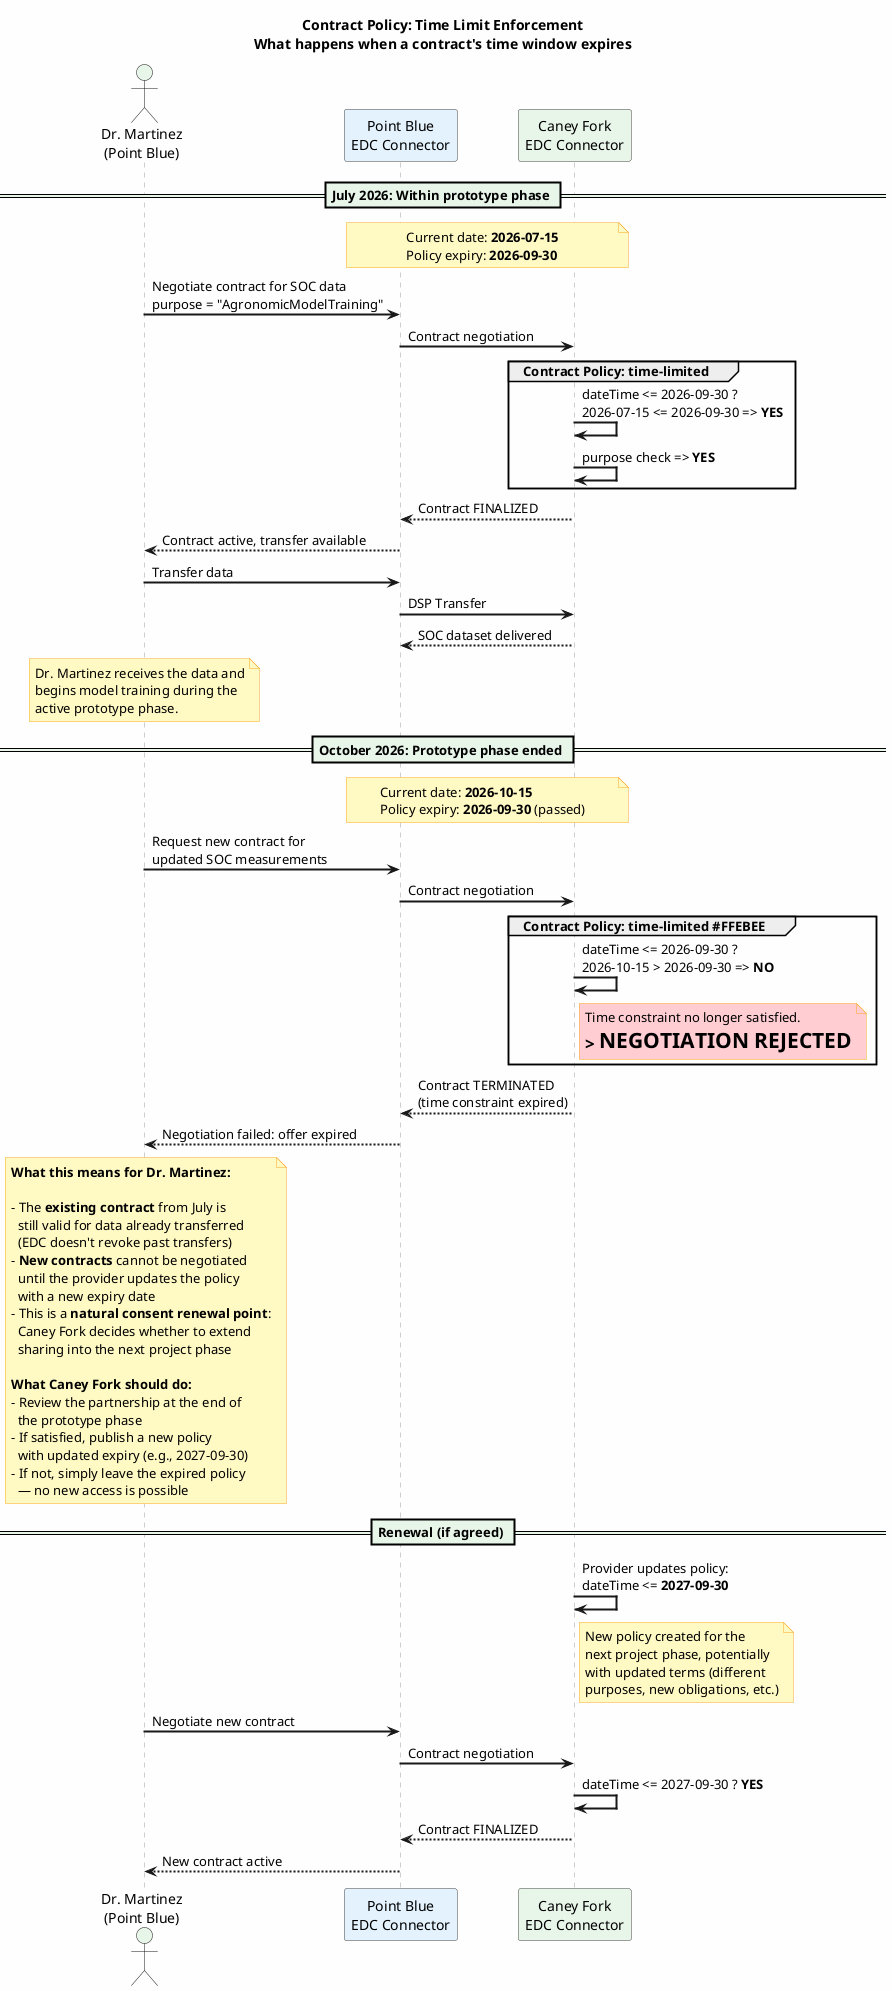
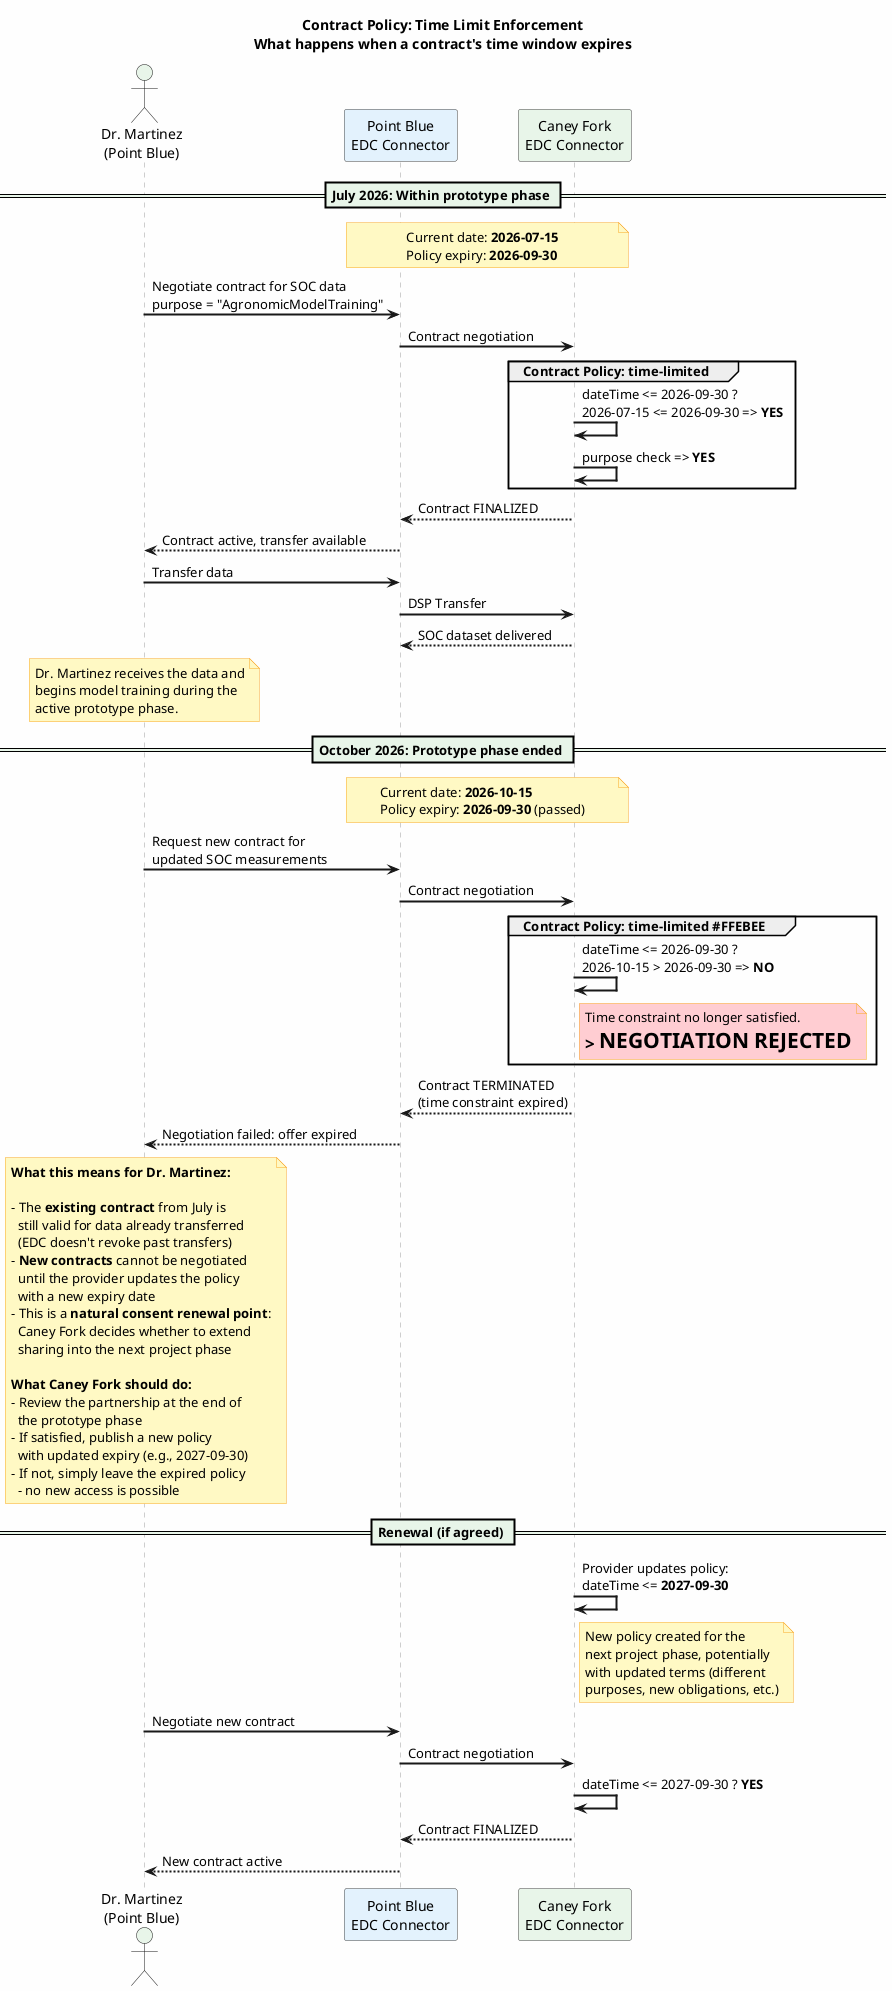
@startuml Time-Limited Policy Expiry
title **Contract Policy: Time Limit Enforcement**\nWhat happens when a contract's time window expires

skinparam backgroundColor #FEFEFE
skinparam sequenceArrowThickness 2
skinparam sequenceParticipantBorderColor #424242
skinparam sequenceLifeLineBorderColor #9E9E9E
skinparam noteBackgroundColor #FFF9C4
skinparam noteBorderColor #F9A825
skinparam sequenceDividerBackgroundColor #E8F5E9

actor "Dr. Martinez\n(Point Blue)" as Researcher #E8F5E9
participant "Point Blue\nEDC Connector" as PB_EDC #E3F2FD
participant "Caney Fork\nEDC Connector" as CF_EDC #E8F5E9

== July 2026: Within prototype phase ==

note over PB_EDC, CF_EDC
  Current date: **2026-07-15**
  Policy expiry: **2026-09-30**
end note

Researcher -> PB_EDC : Negotiate contract for SOC data\npurpose = "AgronomicModelTraining"
PB_EDC -> CF_EDC : Contract negotiation

group Contract Policy: time-limited
  CF_EDC -> CF_EDC : dateTime <= 2026-09-30 ?\n2026-07-15 <= 2026-09-30 => **YES**
  CF_EDC -> CF_EDC : purpose check => **YES**
end

CF_EDC --> PB_EDC : Contract FINALIZED
PB_EDC --> Researcher : Contract active, transfer available

Researcher -> PB_EDC : Transfer data
PB_EDC -> CF_EDC : DSP Transfer
CF_EDC --> PB_EDC : SOC dataset delivered

note over Researcher
  Dr. Martinez receives the data and
  begins model training during the
  active prototype phase.
end note

== October 2026: Prototype phase ended ==

/ note over PB_EDC, CF_EDC
  Current date: **2026-10-15**
  Policy expiry: **2026-09-30** (passed)
end note

Researcher -> PB_EDC : Request new contract for\nupdated SOC measurements
PB_EDC -> CF_EDC : Contract negotiation

group Contract Policy: time-limited #FFEBEE
  CF_EDC -> CF_EDC : dateTime <= 2026-09-30 ?\n2026-10-15 > 2026-09-30 => **NO**
  note right of CF_EDC #FFCDD2
    Time constraint no longer satisfied.
    => **NEGOTIATION REJECTED**
  end note
end

CF_EDC --> PB_EDC : Contract TERMINATED\n(time constraint expired)
PB_EDC --> Researcher : Negotiation failed: offer expired

note over Researcher
  **What this means for Dr. Martinez:**

  - The **existing contract** from July is
    still valid for data already transferred
    (EDC doesn't revoke past transfers)
  - **New contracts** cannot be negotiated
    until the provider updates the policy
    with a new expiry date
  - This is a **natural consent renewal point**:
    Caney Fork decides whether to extend
    sharing into the next project phase

  **What Caney Fork should do:**
  - Review the partnership at the end of
    the prototype phase
  - If satisfied, publish a new policy
    with updated expiry (e.g., 2027-09-30)
  - If not, simply leave the expired policy
-     — no new access is possible
+     - no new access is possible
end note

== Renewal (if agreed) ==

CF_EDC -> CF_EDC : Provider updates policy:\ndateTime <= **2027-09-30**
note right of CF_EDC
  New policy created for the
  next project phase, potentially
  with updated terms (different
  purposes, new obligations, etc.)
end note

Researcher -> PB_EDC : Negotiate new contract
PB_EDC -> CF_EDC : Contract negotiation
CF_EDC -> CF_EDC : dateTime <= 2027-09-30 ? **YES**
CF_EDC --> PB_EDC : Contract FINALIZED
PB_EDC --> Researcher : New contract active

@enduml
